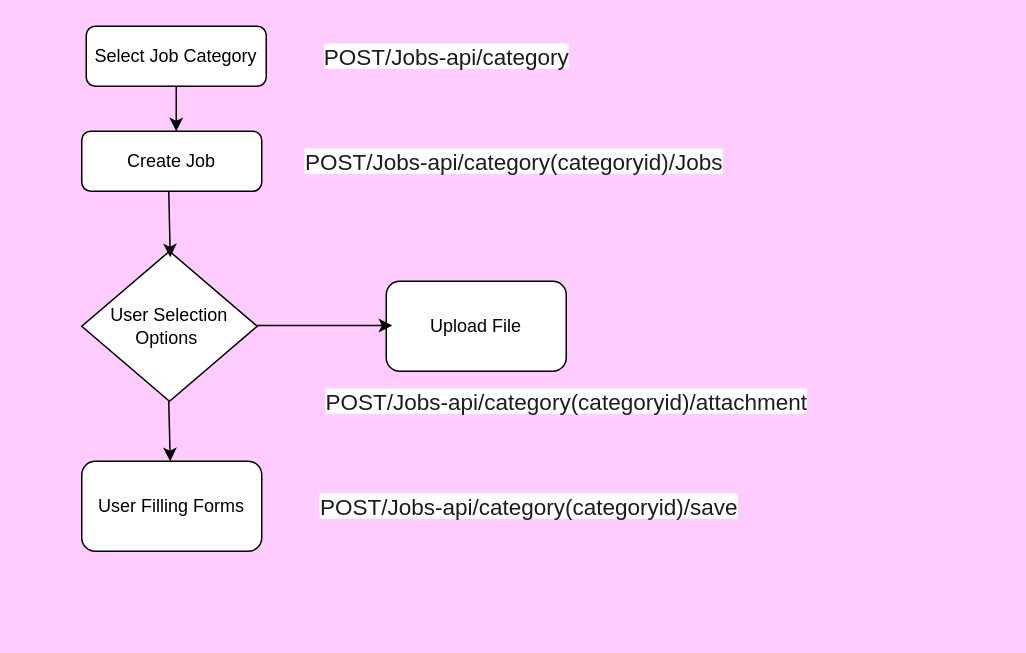
prasadkovai/architecture-digram keeps this draw.io diagram as Workflow-Digram-API.drawio. Above is the earlier version. Source tidied: cells renumbered, new cells numbered last; positions are measured from the earlier drawing's top-left corner, leaving out a move shared by most shapes. Both pictures are drawn from the tidied source at 150%, with x=0, y=0 at pixel (81, 26).
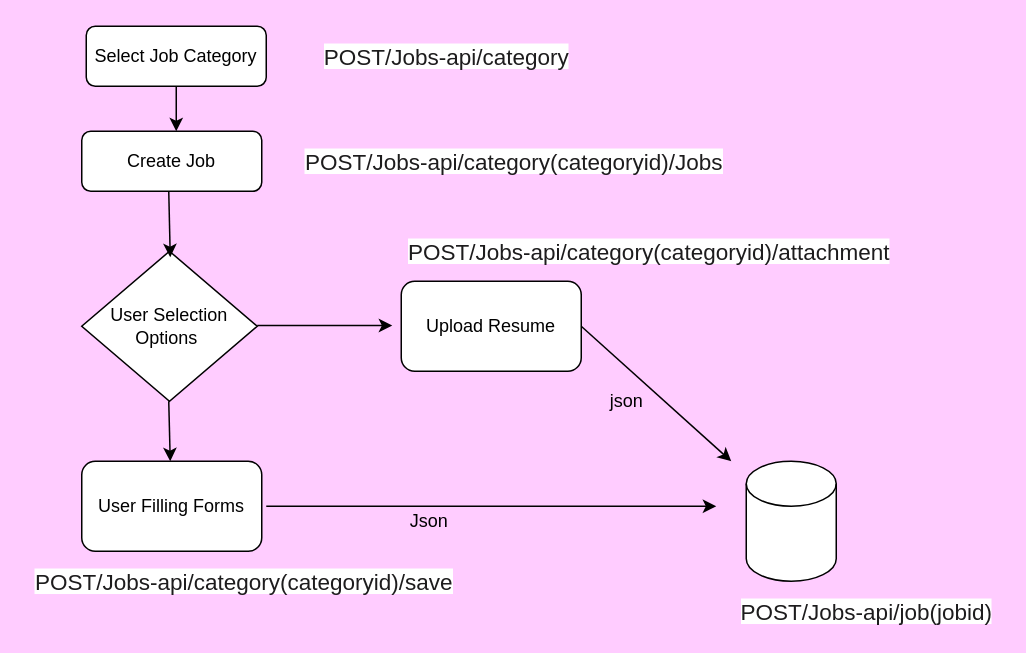
The same diagram, later.

The edit, as a diff of the source:
```diff
@@
-    <mxCell id="8" value="Upload File" style="rounded=1;whiteSpace=wrap;html=1;" parent="1" vertex="1">
-      <mxGeometry x="203" y="170" width="120" height="60" as="geometry" />
+    <mxCell id="8" value="Upload Resume" style="rounded=1;whiteSpace=wrap;html=1;" parent="1" vertex="1">
+      <mxGeometry x="213" y="170" width="120" height="60" as="geometry" />
     </mxCell>
@@
     <mxCell id="13" value="&lt;span style=&quot;color: rgb(29 , 28 , 29) ; font-family: , &amp;#34;applelogo&amp;#34; , sans-serif ; font-size: 15px ; text-align: left ; background-color: rgb(255 , 255 , 255)&quot;&gt;POST/Jobs-api/category(categoryid)/attachment&lt;/span&gt;" style="text;html=1;align=center;verticalAlign=middle;strokeColor=none;" parent="1" vertex="1">
-      <mxGeometry x="153" y="240" width="340" height="20" as="geometry" />
+      <mxGeometry x="208" y="140" width="340" height="20" as="geometry" />
     </mxCell>
     <mxCell id="14" value="&lt;span style=&quot;color: rgb(29 , 28 , 29) ; font-family: , &amp;#34;applelogo&amp;#34; , sans-serif ; font-size: 15px ; text-align: left ; background-color: rgb(255 , 255 , 255)&quot;&gt;POST/Jobs-api/category(categoryid)/save&lt;/span&gt;" style="text;html=1;align=center;verticalAlign=middle;strokeColor=none;" parent="1" vertex="1">
-      <mxGeometry x="153" y="310" width="290" height="20" as="geometry" />
+      <mxGeometry x="-37" y="360" width="290" height="20" as="geometry" />
     </mxCell>
+    <mxCell id="15" style="endArrow=classic;html=1;" parent="1" edge="1">
+      <mxGeometry relative="1" as="geometry">
+        <mxPoint x="333" y="200" as="sourcePoint" />
+        <mxPoint x="433" y="290" as="targetPoint" />
+      </mxGeometry>
+    </mxCell>
+    <mxCell id="16" style="endArrow=classic;html=1;" parent="1" edge="1">
+      <mxGeometry relative="1" as="geometry">
+        <mxPoint x="123" y="320" as="sourcePoint" />
+        <mxPoint x="423" y="320" as="targetPoint" />
+      </mxGeometry>
+    </mxCell>
+    <mxCell id="17" style="shape=cylinder3;whiteSpace=wrap;html=1;boundedLbl=1;backgroundOutline=1;size=15;" parent="1" vertex="1">
+      <mxGeometry x="443" y="290" width="60" height="80" as="geometry" />
+    </mxCell>
+    <mxCell id="18" value="Json&amp;nbsp;" style="text;html=1;align=center;verticalAlign=middle;strokeColor=none;" parent="1" vertex="1">
+      <mxGeometry x="213" y="320" width="40" height="20" as="geometry" />
+    </mxCell>
+    <mxCell id="19" value="json" style="text;html=1;align=center;verticalAlign=middle;strokeColor=none;" parent="1" vertex="1">
+      <mxGeometry x="343" y="240" width="40" height="20" as="geometry" />
+    </mxCell>
+    <mxCell id="20" value="&lt;span style=&quot;color: rgb(29 , 28 , 29) ; font-family: , &amp;#34;applelogo&amp;#34; , sans-serif ; font-size: 15px ; text-align: left ; background-color: rgb(255 , 255 , 255)&quot;&gt;POST/Jobs-api/job(jobid)&lt;/span&gt;" style="text;html=1;align=center;verticalAlign=middle;strokeColor=none;" parent="1" vertex="1">
+      <mxGeometry x="433" y="380" width="180" height="20" as="geometry" />
+    </mxCell>
```
